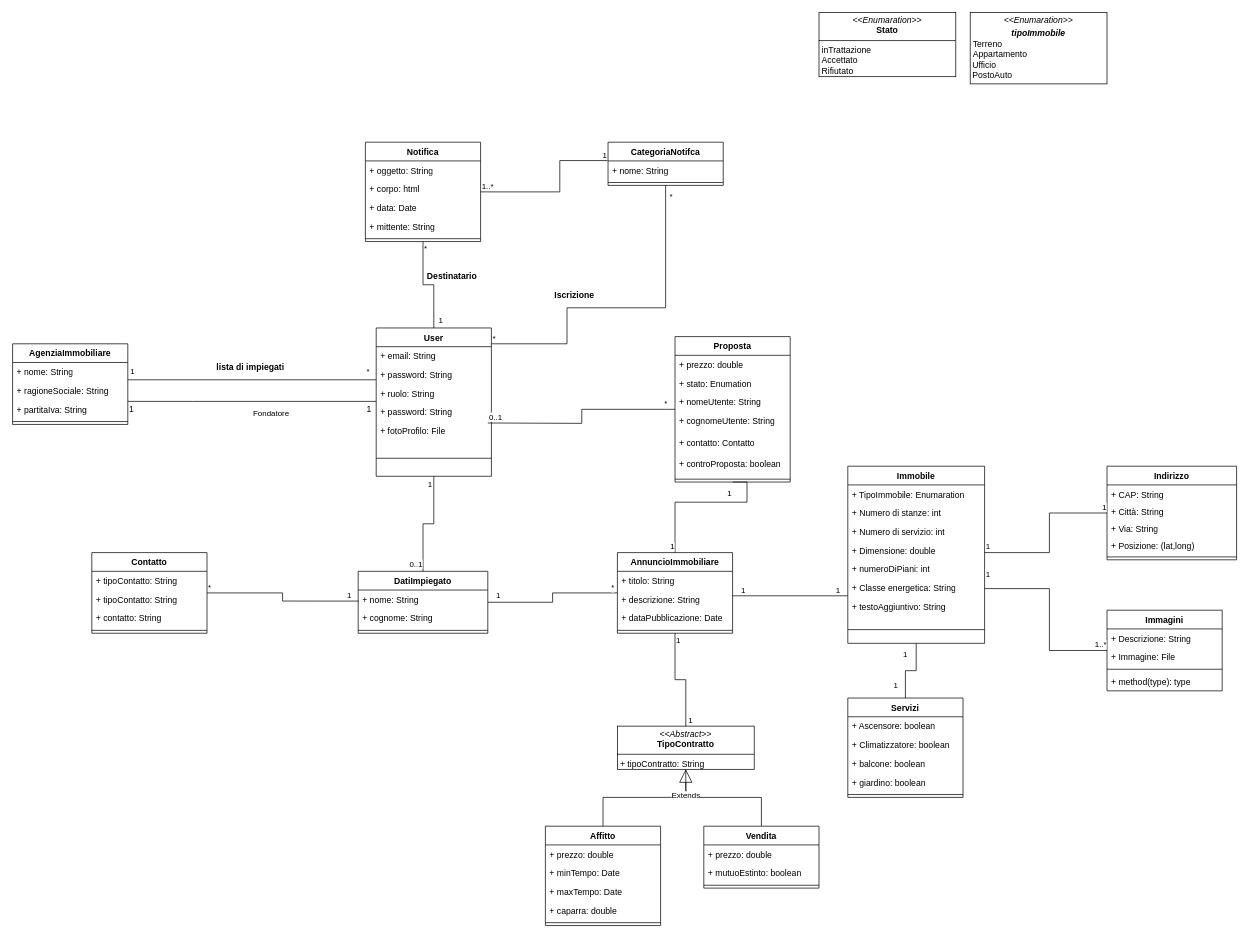
Before: diagrammi/diagramma delle classi.drawio in Sperob98/Documentazione-DietiEstates25, a draw.io diagram. Source tidied: cells renumbered, new cells numbered last; positions are measured from the earlier drawing's top-left corner, leaving out a move shared by most shapes. Both pictures are drawn from the tidied source at 72%, with x=0, y=0 at pixel (12, 12).
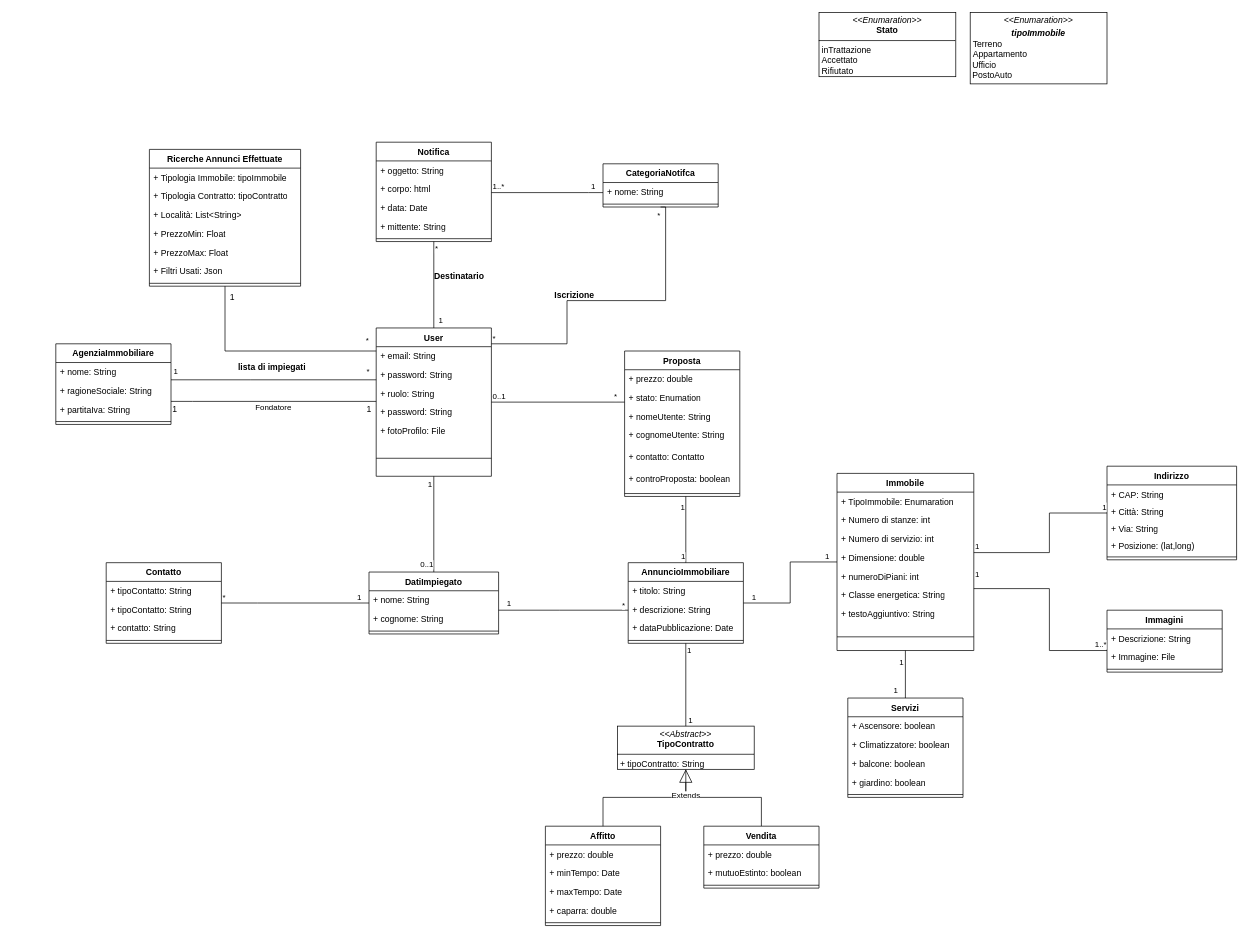
The same page after the edit.

Unchanged cells that the change refers to:
```xml
<mxCell id="43" value="User" style="swimlane;fontStyle=1;align=center;verticalAlign=top;horizontal=1;startSize=26;whiteSpace=wrap;html=1;" parent="1" vertex="1">
  <mxGeometry x="505" y="438" width="160" height="206" as="geometry" />
</mxCell>
<mxCell id="52" value="+ nome: String&lt;div&gt;&lt;br&gt;&lt;/div&gt;" style="text;strokeColor=none;fillColor=none;align=left;verticalAlign=top;spacingLeft=4;spacingRight=4;overflow=hidden;points=[[0,0.5],[1,0.5]];portConstraint=eastwest;whiteSpace=wrap;html=1;" parent="51" vertex="1">
  <mxGeometry y="26" width="180" height="26" as="geometry" />
</mxCell>
<mxCell id="116" style="endArrow=none;html=1;edgeStyle=orthogonalEdgeStyle;rounded=0;" parent="1" edge="1" source="2" target="110">
  <mxGeometry relative="1" as="geometry" />
</mxCell>
<mxCell id="119" style="endArrow=none;html=1;rounded=0;edgeStyle=orthogonalEdgeStyle;" parent="1" edge="1" source="43" target="37">
  <mxGeometry relative="1" as="geometry">
    <Array as="points">
      <mxPoint x="250" y="540" />
      <mxPoint x="250" y="540" />
    </Array>
  </mxGeometry>
</mxCell>
<mxCell id="124" value="+ nome: String" style="text;strokeColor=none;fillColor=none;align=left;verticalAlign=top;spacingLeft=4;spacingRight=4;overflow=hidden;points=[[0,0.5],[1,0.5]];portConstraint=eastwest;whiteSpace=wrap;html=1;" parent="123" vertex="1">
  <mxGeometry y="26" width="160" height="26" as="geometry" />
</mxCell>
```

What changed in the source:
```diff
@@
     <mxCell id="2" value="Immobile" style="swimlane;fontStyle=1;align=center;verticalAlign=top;horizontal=1;startSize=26;whiteSpace=wrap;html=1;" parent="1" vertex="1">
-      <mxGeometry x="1160" y="630" width="190" height="246" as="geometry" />
+      <mxGeometry x="1145" y="640" width="190" height="246" as="geometry" />
     </mxCell>
@@
     <mxCell id="17" value="Immagini" style="swimlane;fontStyle=1;align=center;verticalAlign=top;horizontal=1;startSize=26;whiteSpace=wrap;html=1;" parent="1" vertex="1">
-      <mxGeometry x="1520" y="830" width="160" height="112" as="geometry" />
+      <mxGeometry x="1520" y="830" width="160" height="86" as="geometry" />
     </mxCell>
@@
-    <mxCell id="21" value="+ method(type): type" style="text;strokeColor=none;fillColor=none;align=left;verticalAlign=top;spacingLeft=4;spacingRight=4;overflow=hidden;whiteSpace=wrap;html=1;" parent="17" vertex="1">
-      <mxGeometry y="86" width="160" height="26" as="geometry" />
-    </mxCell>
@@
     <mxCell id="37" value="AgenziaImmobiliare&lt;div&gt;&lt;br&gt;&lt;/div&gt;" style="swimlane;fontStyle=1;align=center;verticalAlign=top;horizontal=1;startSize=26;whiteSpace=wrap;html=1;" parent="1" vertex="1">
-      <mxGeometry y="460" width="160" height="112" as="geometry" />
+      <mxGeometry x="60" y="460" width="160" height="112" as="geometry" />
     </mxCell>
@@
+    <mxCell id="135" style="edgeStyle=orthogonalEdgeStyle;shape=connector;rounded=0;jettySize=auto;html=1;strokeColor=default;align=center;verticalAlign=middle;fontFamily=Helvetica;fontSize=11;fontColor=default;labelBackgroundColor=default;startFill=0;endArrow=none;" parent="1" edge="1" source="43" target="136">
+      <mxGeometry relative="1" as="geometry">
+        <Array as="points">
+          <mxPoint x="295" y="470" />
+        </Array>
+      </mxGeometry>
+    </mxCell>
@@
     <mxCell id="50" value="lista di impiegati" style="text;align=center;fontStyle=1;verticalAlign=middle;spacingLeft=3;spacingRight=3;strokeColor=none;html=1;" parent="1" vertex="1">
-      <mxGeometry x="290" y="480" width="80" height="26" as="geometry" />
+      <mxGeometry x="320" y="480" width="80" height="26" as="geometry" />
     </mxCell>
     <mxCell id="51" value="DatiImpiegato" style="swimlane;fontStyle=1;align=center;verticalAlign=top;horizontal=1;startSize=26;whiteSpace=wrap;html=1;" parent="1" vertex="1">
-      <mxGeometry x="480" y="776" width="180" height="86" as="geometry" />
+      <mxGeometry x="495" y="777" width="180" height="86" as="geometry" />
     </mxCell>
@@
     <mxCell id="55" value="Contatto" style="swimlane;fontStyle=1;align=center;verticalAlign=top;horizontal=1;startSize=26;whiteSpace=wrap;html=1;" parent="1" vertex="1">
-      <mxGeometry x="110" y="750" width="160" height="112" as="geometry" />
+      <mxGeometry x="130" y="764" width="160" height="112" as="geometry" />
     </mxCell>
@@
-    <mxCell id="60" style="endArrow=none;html=1;edgeStyle=orthogonalEdgeStyle;rounded=0;entryX=0.004;entryY=0.59;entryDx=0;entryDy=0;entryPerimeter=0;" parent="1" edge="1" source="55" target="52">
-      <mxGeometry relative="1" as="geometry" />
+    <mxCell id="60" style="endArrow=none;html=1;edgeStyle=orthogonalEdgeStyle;rounded=0;" parent="1" edge="1" source="55" target="51">
+      <mxGeometry relative="1" as="geometry">
+        <Array as="points">
+          <mxPoint x="340" y="820" />
+          <mxPoint x="340" y="820" />
+        </Array>
+      </mxGeometry>
     </mxCell>
@@
     <mxCell id="66" value="AnnuncioImmobiliare" style="swimlane;fontStyle=1;align=center;verticalAlign=top;horizontal=1;startSize=26;whiteSpace=wrap;html=1;" parent="1" vertex="1">
-      <mxGeometry x="840" y="750" width="160" height="112" as="geometry" />
+      <mxGeometry x="855" y="764" width="160" height="112" as="geometry" />
     </mxCell>
@@
     <mxCell id="71" style="endArrow=none;html=1;edgeStyle=orthogonalEdgeStyle;rounded=0;" parent="1" edge="1" source="66" target="51">
-      <mxGeometry relative="1" as="geometry" />
+      <mxGeometry relative="1" as="geometry">
+        <Array as="points">
+          <mxPoint x="760" y="830" />
+          <mxPoint x="760" y="830" />
+        </Array>
+      </mxGeometry>
     </mxCell>
@@
-    <mxCell id="74" style="endArrow=none;html=1;edgeStyle=orthogonalEdgeStyle;rounded=0;" parent="1" edge="1">
-      <mxGeometry relative="1" as="geometry">
-        <mxPoint x="1000" y="810" as="sourcePoint" />
-        <mxPoint x="1160" y="810" as="targetPoint" />
-      </mxGeometry>
+    <mxCell id="74" style="endArrow=none;html=1;edgeStyle=orthogonalEdgeStyle;rounded=0;" parent="1" edge="1" source="66" target="2">
+      <mxGeometry relative="1" as="geometry" />
     </mxCell>
@@
     <mxCell id="80" value="Notifica" style="swimlane;fontStyle=1;align=center;verticalAlign=top;horizontal=1;startSize=26;whiteSpace=wrap;html=1;" parent="1" vertex="1">
-      <mxGeometry x="490" y="180" width="160" height="138" as="geometry" />
+      <mxGeometry x="505" y="180" width="160" height="138" as="geometry" />
     </mxCell>
@@
     <mxCell id="87" value="Proposta" style="swimlane;fontStyle=1;align=center;verticalAlign=top;horizontal=1;startSize=26;whiteSpace=wrap;html=1;" parent="1" vertex="1">
-      <mxGeometry x="920" y="450" width="160" height="202" as="geometry" />
+      <mxGeometry x="850" y="470" width="160" height="202" as="geometry" />
     </mxCell>
@@
-    <mxCell id="95" style="endArrow=none;html=1;edgeStyle=orthogonalEdgeStyle;rounded=0;" parent="1" edge="1" target="87">
+    <mxCell id="95" style="endArrow=none;html=1;edgeStyle=orthogonalEdgeStyle;rounded=0;" parent="1" edge="1" source="43" target="87">
       <mxGeometry relative="1" as="geometry">
-        <mxPoint x="660" y="570" as="sourcePoint" />
+        <Array as="points">
+          <mxPoint x="860" y="541" />
+          <mxPoint x="860" y="541" />
+        </Array>
       </mxGeometry>
     </mxCell>
@@
-    <mxCell id="98" style="endArrow=none;html=1;edgeStyle=orthogonalEdgeStyle;rounded=0;exitX=0.5;exitY=1;exitDx=0;exitDy=0;" parent="1" edge="1" source="87" target="66">
+    <mxCell id="98" style="endArrow=none;html=1;edgeStyle=orthogonalEdgeStyle;rounded=0;" parent="1" edge="1" source="87" target="66">
       <mxGeometry relative="1" as="geometry">
         <Array as="points">
-          <mxPoint x="1020" y="680" />
-          <mxPoint x="920" y="680" />
+          <mxPoint x="935" y="720" />
+          <mxPoint x="935" y="720" />
         </Array>
       </mxGeometry>
     </mxCell>
@@
     <mxCell id="104" value="Destinatario" style="text;align=center;fontStyle=1;verticalAlign=middle;spacingLeft=3;spacingRight=3;strokeColor=none;html=1;" parent="1" vertex="1">
-      <mxGeometry x="570" y="354" width="80" height="26" as="geometry" />
+      <mxGeometry x="580" y="354" width="80" height="26" as="geometry" />
     </mxCell>
@@
     <mxCell id="117" value="1" style="edgeLabel;html=1;align=left;verticalAlign=bottom;" parent="116" vertex="1">
       <mxGeometry x="-1" relative="1" as="geometry">
-        <mxPoint x="-20" y="24" as="offset" />
+        <mxPoint x="-10" y="24" as="offset" />
       </mxGeometry>
     </mxCell>
     <mxCell id="118" value="1" style="edgeLabel;html=1;align=right;verticalAlign=bottom;" parent="116" vertex="1">
       <mxGeometry x="1" relative="1" as="geometry">
-        <mxPoint x="-10" y="-10" as="offset" />
+        <mxPoint x="-10" y="-2" as="offset" />
       </mxGeometry>
     </mxCell>
@@
     <mxCell id="120" value="Fondatore&lt;div&gt;&lt;br&gt;&lt;/div&gt;" style="edgeLabel;html=1;align=center;verticalAlign=middle;" parent="119" vertex="1">
       <mxGeometry x="-0.66" y="3" relative="1" as="geometry">
-        <mxPoint x="-88" y="20" as="offset" />
+        <mxPoint x="-96" y="12" as="offset" />
       </mxGeometry>
     </mxCell>
     <mxCell id="121" value="1" style="text;html=1;align=center;verticalAlign=middle;strokeColor=none;fillColor=none;" parent="1" vertex="1">
-      <mxGeometry x="150" y="536" width="30" height="30" as="geometry" />
+      <mxGeometry x="210" y="536" width="30" height="30" as="geometry" />
     </mxCell>
@@
     <mxCell id="123" value="CategoriaNotifca" style="swimlane;fontStyle=1;align=center;verticalAlign=top;horizontal=1;startSize=26;whiteSpace=wrap;html=1;" parent="1" vertex="1">
-      <mxGeometry x="827" y="180" width="160" height="60" as="geometry" />
+      <mxGeometry x="820" y="210" width="160" height="60" as="geometry" />
     </mxCell>
@@
-    <mxCell id="126" style="endArrow=none;html=1;edgeStyle=orthogonalEdgeStyle;rounded=0;entryX=-0.004;entryY=-0.018;entryDx=0;entryDy=0;entryPerimeter=0;" parent="1" edge="1" source="80" target="124">
+    <mxCell id="126" style="endArrow=none;html=1;edgeStyle=orthogonalEdgeStyle;rounded=0;" parent="1" edge="1" source="80" target="123">
       <mxGeometry relative="1" as="geometry">
         <Array as="points">
-          <mxPoint x="760" y="249" />
-          <mxPoint x="760" y="206" />
+          <mxPoint x="800" y="250" />
+          <mxPoint x="800" y="250" />
         </Array>
       </mxGeometry>
     </mxCell>
@@
     <mxCell id="128" value="1" style="edgeLabel;html=1;align=right;verticalAlign=bottom;" parent="126" vertex="1">
-      <mxGeometry x="1" relative="1" as="geometry" />
+      <mxGeometry x="1" relative="1" as="geometry">
+        <mxPoint x="-10" as="offset" />
+      </mxGeometry>
     </mxCell>
     <mxCell id="129" style="endArrow=none;html=1;edgeStyle=orthogonalEdgeStyle;rounded=0;entryX=0.5;entryY=1;entryDx=0;entryDy=0;" parent="1" edge="1" source="43" target="123">
       <mxGeometry relative="1" as="geometry">
         <Array as="points">
           <mxPoint x="770" y="460" />
-          <mxPoint x="770" y="410" />
-          <mxPoint x="907" y="410" />
+          <mxPoint x="770" y="400" />
+          <mxPoint x="907" y="400" />
+          <mxPoint x="907" y="270" />
         </Array>
       </mxGeometry>
     </mxCell>
@@
     <mxCell id="131" value="*" style="edgeLabel;html=1;align=right;verticalAlign=bottom;" parent="129" vertex="1">
       <mxGeometry x="1" relative="1" as="geometry">
-        <mxPoint x="10" y="24" as="offset" />
+        <mxPoint y="20" as="offset" />
       </mxGeometry>
     </mxCell>
@@
     <mxCell id="134" value="1" style="edgeLabel;html=1;align=right;verticalAlign=bottom;" parent="1" vertex="1">
-      <mxGeometry x="170" y="506" as="geometry" />
+      <mxGeometry x="230" y="506" as="geometry" />
     </mxCell>
+    <mxCell id="136" value="Ricerche Annunci Effettuate" style="swimlane;fontStyle=1;align=center;verticalAlign=top;horizontal=1;startSize=26;whiteSpace=wrap;html=1;" parent="1" vertex="1">
+      <mxGeometry x="190" y="190" width="210" height="190" as="geometry" />
+    </mxCell>
+    <mxCell id="137" value="+ Tipologia Immobile: tipoImmobile" style="text;strokeColor=none;fillColor=none;align=left;verticalAlign=top;spacingLeft=4;spacingRight=4;overflow=hidden;whiteSpace=wrap;html=1;" parent="136" vertex="1">
+      <mxGeometry y="26" width="210" height="26" as="geometry" />
+    </mxCell>
+    <mxCell id="138" value="+ Tipologia Contratto: tipoContratto" style="text;strokeColor=none;fillColor=none;align=left;verticalAlign=top;spacingLeft=4;spacingRight=4;overflow=hidden;whiteSpace=wrap;html=1;" parent="136" vertex="1">
+      <mxGeometry y="52" width="210" height="26" as="geometry" />
+    </mxCell>
+    <mxCell id="139" value="&lt;div&gt;+ Località: List&amp;lt;String&amp;gt;&lt;/div&gt;" style="text;strokeColor=none;fillColor=none;align=left;verticalAlign=top;spacingLeft=4;spacingRight=4;overflow=hidden;whiteSpace=wrap;html=1;" parent="136" vertex="1">
+      <mxGeometry y="78" width="210" height="26" as="geometry" />
+    </mxCell>
+    <mxCell id="140" value="&lt;div&gt;+ PrezzoMin: Float&lt;/div&gt;&lt;div&gt;&lt;br&gt;&lt;br&gt;&lt;/div&gt;" style="text;strokeColor=none;fillColor=none;align=left;verticalAlign=top;spacingLeft=4;spacingRight=4;overflow=hidden;whiteSpace=wrap;html=1;" parent="136" vertex="1">
+      <mxGeometry y="104" width="210" height="26" as="geometry" />
+    </mxCell>
+    <mxCell id="141" value="&lt;div&gt;+ PrezzoMax: Float&lt;/div&gt;&lt;div&gt;&lt;br&gt;&lt;br&gt;&lt;/div&gt;" style="text;strokeColor=none;fillColor=none;align=left;verticalAlign=top;spacingLeft=4;spacingRight=4;overflow=hidden;whiteSpace=wrap;html=1;" parent="136" vertex="1">
+      <mxGeometry y="130" width="210" height="26" as="geometry" />
+    </mxCell>
+    <mxCell id="142" value="&lt;div&gt;+ Filtri Usati: Json&lt;/div&gt;" style="text;strokeColor=none;fillColor=none;align=left;verticalAlign=top;spacingLeft=4;spacingRight=4;overflow=hidden;whiteSpace=wrap;html=1;" parent="136" vertex="1">
+      <mxGeometry y="156" width="210" height="26" as="geometry" />
+    </mxCell>
+    <mxCell id="143" style="line;strokeWidth=1;fillColor=none;align=left;verticalAlign=middle;spacingTop=-1;spacingLeft=3;spacingRight=3;labelPosition=right;strokeColor=inherit;" parent="136" vertex="1">
+      <mxGeometry y="182" width="210" height="8" as="geometry" />
+    </mxCell>
+    <mxCell id="144" value="*" style="edgeLabel;html=1;align=left;verticalAlign=bottom;" parent="1" vertex="1">
+      <mxGeometry x="490" y="490" as="geometry">
+        <mxPoint x="-1" y="-26" as="offset" />
+      </mxGeometry>
+    </mxCell>
+    <mxCell id="145" value="1" style="text;html=1;align=center;verticalAlign=middle;strokeColor=none;fillColor=none;" parent="1" vertex="1">
+      <mxGeometry x="290" y="380" width="30" height="30" as="geometry" />
+    </mxCell>
```
